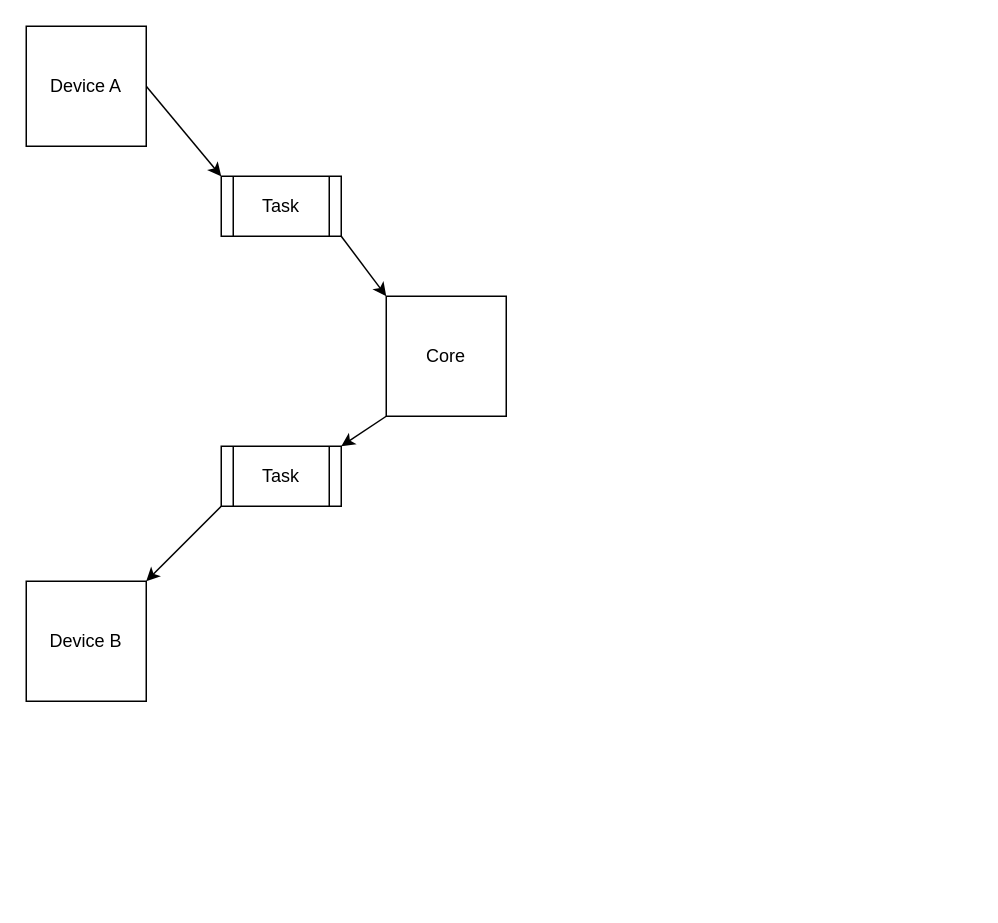
Before: Untitled Diagram.drawio in hkjj293/lw-gp-iot, a draw.io diagram. Source tidied: cells renumbered, new cells numbered last; positions are measured from the earlier drawing's top-left corner, leaving out a move shared by most shapes. Both pictures are drawn from the tidied source at 150%, with x=0, y=0 at pixel (26, 26).
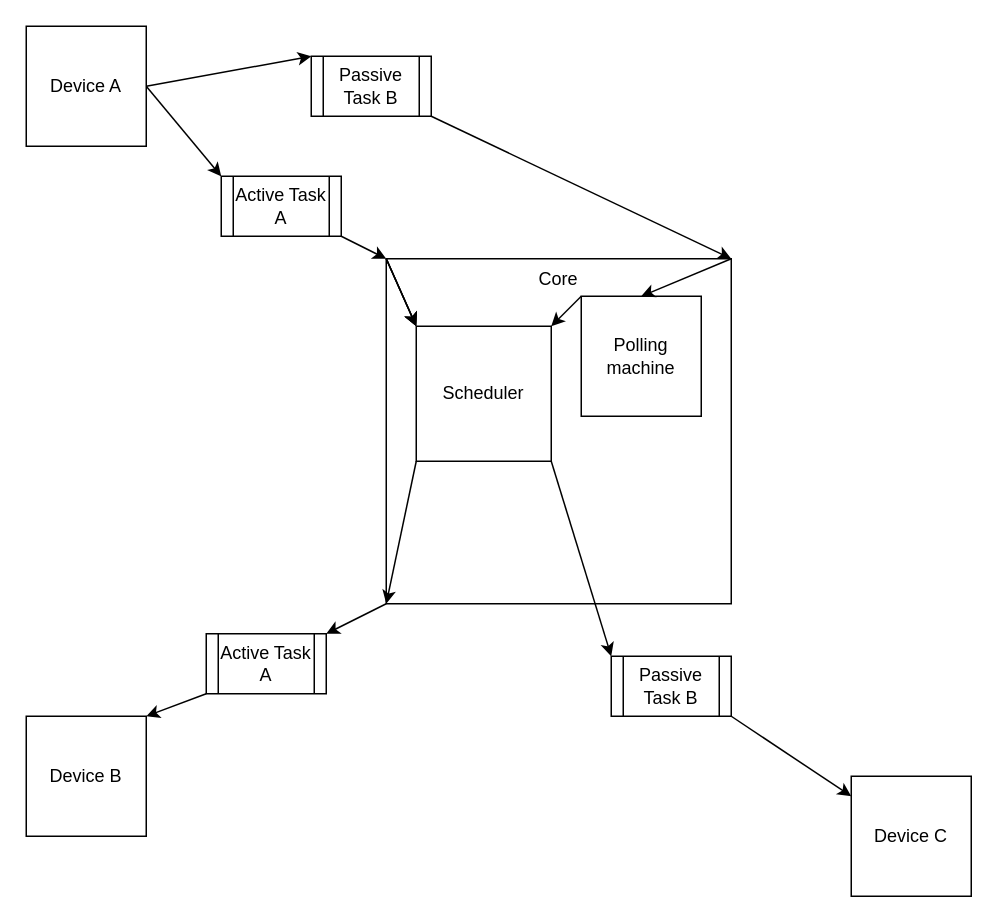
After the change.

The change refers to these unchanged cells:
```xml
<mxCell id="7" value="Device A" style="whiteSpace=wrap;html=1;" parent="1" vertex="1">
  <mxGeometry width="80" height="80" as="geometry" />
</mxCell>
```

What changed in the source:
```diff
@@
-    <mxCell id="4" value="Core" style="whiteSpace=wrap;html=1;" parent="1" vertex="1">
-      <mxGeometry x="240" y="180" width="80" height="80" as="geometry" />
-    </mxCell>
-    <mxCell id="5" style="edgeStyle=none;rounded=0;jettySize=auto;html=1;entryX=0;entryY=0;entryDx=0;entryDy=0;exitX=1;exitY=1;exitDx=0;exitDy=0;" parent="1" edge="1" source="9" target="4">
+    <mxCell id="5" style="edgeStyle=none;rounded=0;jettySize=auto;html=1;exitX=1;exitY=1;exitDx=0;exitDy=0;entryX=0;entryY=0;entryDx=0;entryDy=0;" parent="1" edge="1" source="9" target="4">
       <mxGeometry relative="1" as="geometry" />
     </mxCell>
@@
+    <mxCell id="11" style="edgeStyle=none;rounded=0;jettySize=auto;html=1;exitX=1;exitY=0.5;exitDx=0;exitDy=0;entryX=0;entryY=0;entryDx=0;entryDy=0;" parent="1" edge="1" source="7" target="13">
+      <mxGeometry relative="1" as="geometry" />
+    </mxCell>
@@
     <mxCell id="8" value="Device B" style="whiteSpace=wrap;html=1;" parent="1" vertex="1">
-      <mxGeometry y="370" width="80" height="80" as="geometry" />
+      <mxGeometry y="460" width="80" height="80" as="geometry" />
     </mxCell>
-    <mxCell id="9" value="Task" style="shape=process;whiteSpace=wrap;html=1;backgroundOutline=1;" parent="1" vertex="1">
+    <mxCell id="9" value="Active Task A" style="shape=process;whiteSpace=wrap;html=1;backgroundOutline=1;" parent="1" vertex="1">
       <mxGeometry x="130" y="100" width="80" height="40" as="geometry" />
     </mxCell>
-    <mxCell id="10" value="Task" style="shape=process;whiteSpace=wrap;html=1;backgroundOutline=1;" parent="1" vertex="1">
-      <mxGeometry x="130" y="280" width="80" height="40" as="geometry" />
+    <mxCell id="10" value="Active Task A" style="shape=process;whiteSpace=wrap;html=1;backgroundOutline=1;" parent="1" vertex="1">
+      <mxGeometry x="120" y="405" width="80" height="40" as="geometry" />
     </mxCell>
+    <mxCell id="12" style="edgeStyle=none;rounded=0;jettySize=auto;html=1;exitX=1;exitY=1;exitDx=0;exitDy=0;entryX=1;entryY=0;entryDx=0;entryDy=0;" parent="1" edge="1" source="13" target="4">
+      <mxGeometry relative="1" as="geometry" />
+    </mxCell>
+    <mxCell id="13" value="Passive Task B" style="shape=process;whiteSpace=wrap;html=1;backgroundOutline=1;" parent="1" vertex="1">
+      <mxGeometry x="190" y="20" width="80" height="40" as="geometry" />
+    </mxCell>
+    <mxCell id="14" style="group;" parent="1" vertex="1">
+      <mxGeometry x="240" y="155" width="230" height="230" as="geometry" />
+    </mxCell>
+    <mxCell id="4" value="Core" style="whiteSpace=wrap;html=1;verticalAlign=top;" parent="14" vertex="1">
+      <mxGeometry width="230" height="230" as="geometry" />
+    </mxCell>
+    <mxCell id="15" value="Scheduler" style="whiteSpace=wrap;html=1;" parent="14" vertex="1">
+      <mxGeometry x="20" y="45" width="90" height="90" as="geometry" />
+    </mxCell>
+    <mxCell id="16" style="edgeStyle=none;rounded=0;jettySize=auto;html=1;exitX=0;exitY=0;exitDx=0;exitDy=0;entryX=1;entryY=0;entryDx=0;entryDy=0;" parent="14" edge="1" source="17" target="15">
+      <mxGeometry relative="1" as="geometry" />
+    </mxCell>
+    <mxCell id="17" value="Polling machine" style="whiteSpace=wrap;html=1;" parent="14" vertex="1">
+      <mxGeometry x="130" y="25" width="80" height="80" as="geometry" />
+    </mxCell>
+    <mxCell id="18" style="edgeStyle=none;rounded=0;jettySize=auto;html=1;exitX=0;exitY=0;exitDx=0;exitDy=0;entryX=0;entryY=0;entryDx=0;entryDy=0;" parent="14" edge="1" source="4" target="15">
+      <mxGeometry relative="1" as="geometry" />
+    </mxCell>
+    <mxCell id="19" style="edgeStyle=none;rounded=0;jettySize=auto;html=1;exitX=0;exitY=0;exitDx=0;exitDy=0;entryX=0;entryY=0;entryDx=0;entryDy=0;" parent="14" edge="1" source="4" target="15">
+      <mxGeometry relative="1" as="geometry" />
+    </mxCell>
+    <mxCell id="20" style="edgeStyle=none;rounded=0;jettySize=auto;html=1;exitX=0;exitY=1;exitDx=0;exitDy=0;entryX=0;entryY=1;entryDx=0;entryDy=0;" parent="14" edge="1" source="15" target="4">
+      <mxGeometry relative="1" as="geometry" />
+    </mxCell>
+    <mxCell id="21" style="edgeStyle=none;rounded=0;jettySize=auto;html=1;exitX=0;exitY=0;exitDx=0;exitDy=0;entryX=0;entryY=0;entryDx=0;entryDy=0;" parent="14" edge="1" source="4" target="15">
+      <mxGeometry relative="1" as="geometry" />
+    </mxCell>
+    <mxCell id="22" style="edgeStyle=none;rounded=0;jettySize=auto;html=1;exitX=1;exitY=0;exitDx=0;exitDy=0;entryX=0.5;entryY=0;entryDx=0;entryDy=0;" parent="14" edge="1" source="4" target="17">
+      <mxGeometry relative="1" as="geometry" />
+    </mxCell>
+    <mxCell id="23" value="Device C" style="whiteSpace=wrap;html=1;" parent="1" vertex="1">
+      <mxGeometry x="550" y="500" width="80" height="80" as="geometry" />
+    </mxCell>
+    <mxCell id="24" style="edgeStyle=none;rounded=0;jettySize=auto;html=1;exitX=1;exitY=1;exitDx=0;exitDy=0;" parent="1" edge="1" source="25" target="23">
+      <mxGeometry relative="1" as="geometry" />
+    </mxCell>
+    <mxCell id="25" value="Passive Task B" style="shape=process;whiteSpace=wrap;html=1;backgroundOutline=1;" parent="1" vertex="1">
+      <mxGeometry x="390" y="420" width="80" height="40" as="geometry" />
+    </mxCell>
+    <mxCell id="26" style="edgeStyle=none;rounded=0;jettySize=auto;html=1;exitX=1;exitY=1;exitDx=0;exitDy=0;entryX=0;entryY=0;entryDx=0;entryDy=0;" parent="1" edge="1" source="15" target="25">
+      <mxGeometry relative="1" as="geometry" />
+    </mxCell>
```
